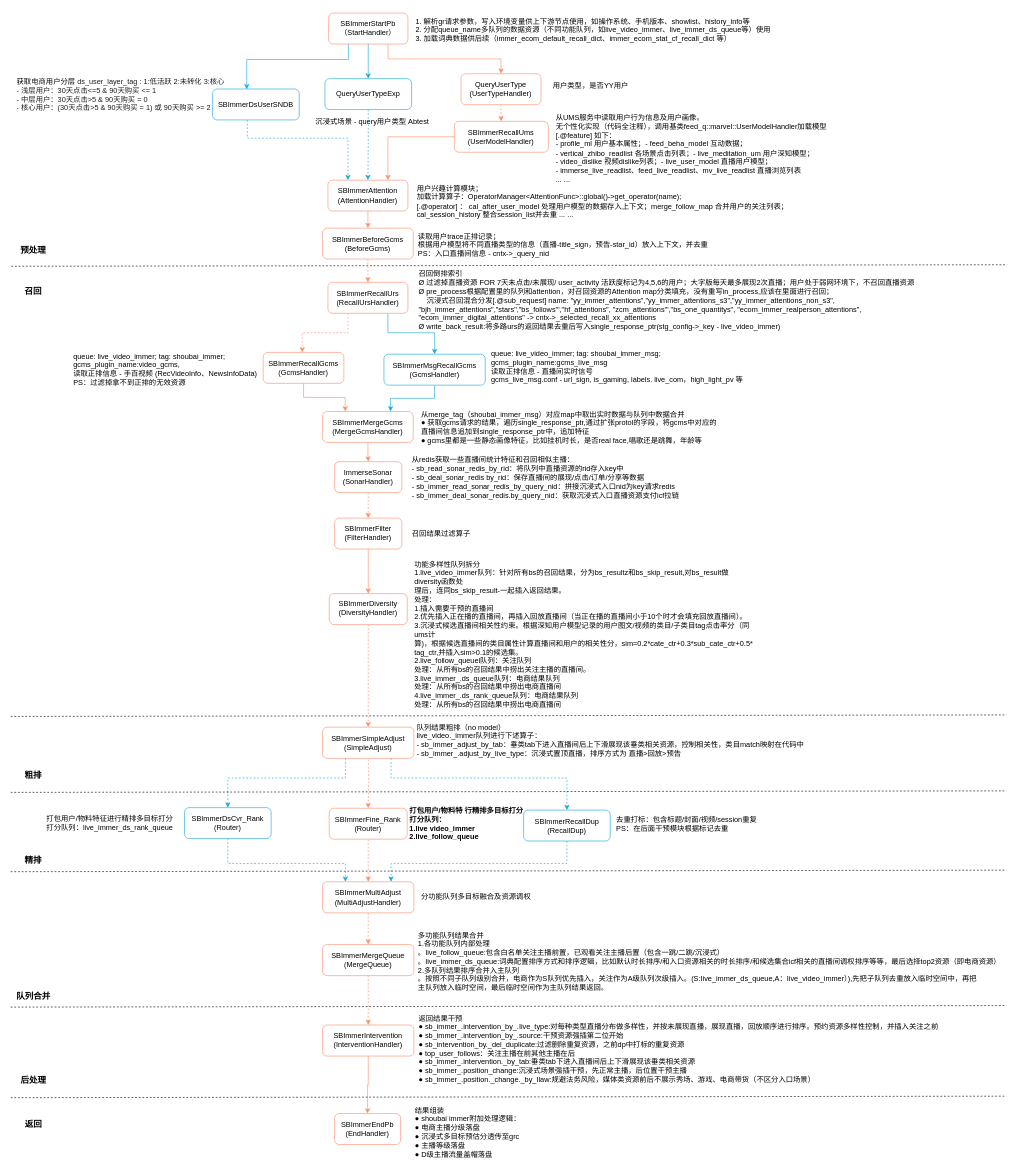
This is live_video_immer.flow.drawio from snorlaxse/draw.io, a draw.io file, before an edit. Source tidied: cells renumbered, new cells numbered last; positions are measured from the earlier drawing's top-left corner, leaving out a move shared by most shapes. Both pictures are drawn from the tidied source at 61%, with x=0, y=0 at pixel (10, 10).
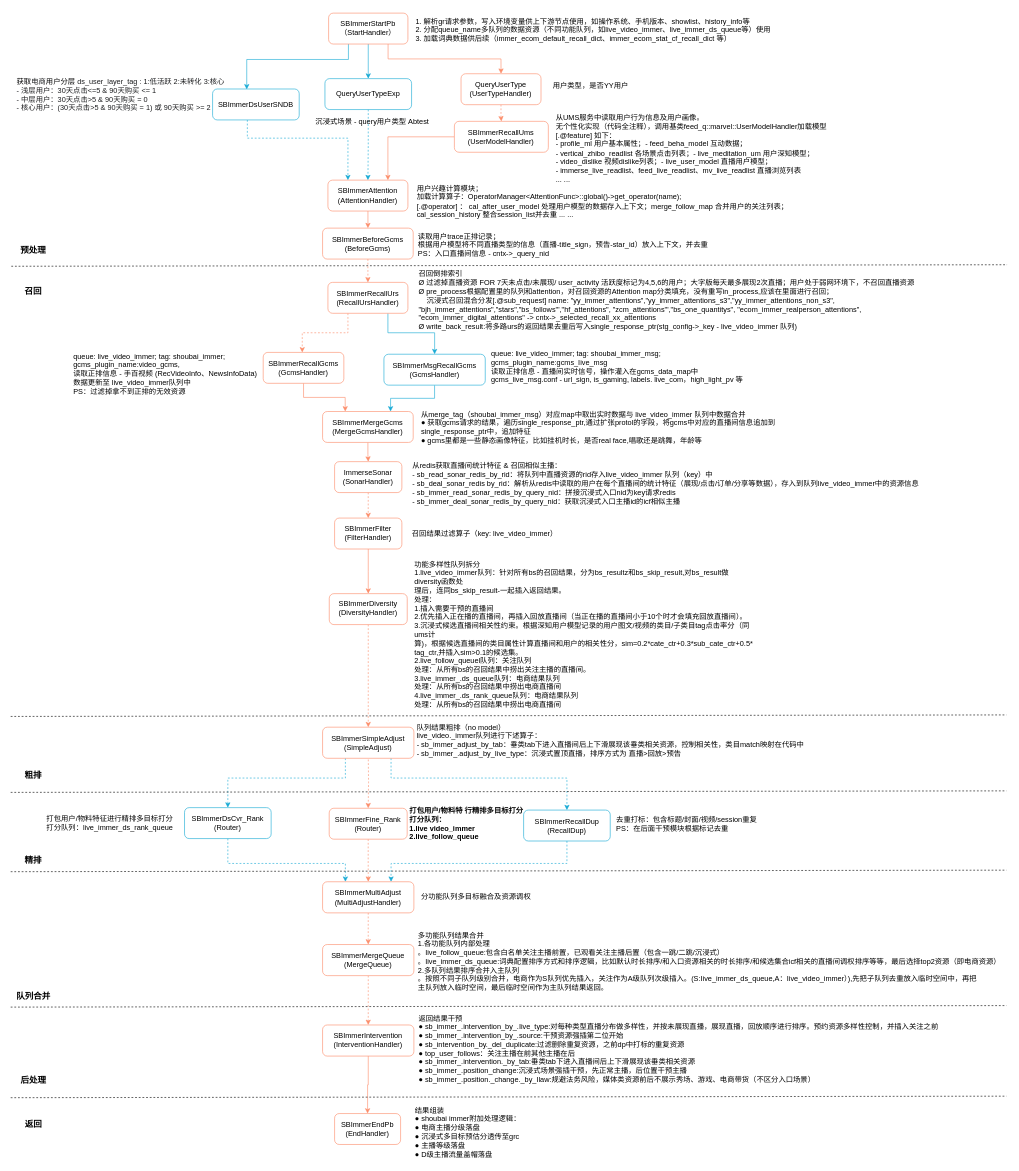
After the change.

Diff of the diagram source:
```diff
@@
-    <mxCell id="8" value="召回倒排索引&#10;Ø 过滤掉直播资源 FOR 7天未点击/未展现/ user_activity 活跃度标记为4,5,6的用户；大字版每天最多展现2次直播；用户处于弱网环境下，不召回直播资源&#10;Ø pre_process根据配置里的队列和attention，对召回资源的Attention map分类填充，没有重写in_process,应该在里面进行召回；&#10;    沉浸式召回混合分发[.@sub_request] name: &quot;yy_immer_attentions&quot;,&quot;yy_immer_attentions_s3&quot;,&quot;yy_immer_attentions_non_s3&quot;,&#10;&quot;bjh_immer_attentions&quot;,&quot;stars&quot;,&quot;bs_follows'&quot;,&quot;hf_attentions&quot;, &quot;zcm_attentions'&quot;,&quot;bs_one_quantitys&quot;, &quot;ecom_immer_realperson_attentions&quot;, &#10;&quot;ecom_immer_digital_attentions&quot; -&gt; cntx-&gt;_selected_recall_xx_attentions&#10;Ø write_back_result:将多路urs的返回结果去重后写入single_response_ptr(stg_config-&gt;_key - live_video_immer)" style="text;whiteSpace=wrap;" parent="1" vertex="1">
+    <mxCell id="8" value="召回倒排索引&#10;Ø 过滤掉直播资源 FOR 7天未点击/未展现/ user_activity 活跃度标记为4,5,6的用户；大字版每天最多展现2次直播；用户处于弱网环境下，不召回直播资源&#10;Ø pre_process根据配置里的队列和attention，对召回资源的Attention map分类填充，没有重写in_process,应该在里面进行召回；&#10;    沉浸式召回混合分发[.@sub_request] name: &quot;yy_immer_attentions&quot;,&quot;yy_immer_attentions_s3&quot;,&quot;yy_immer_attentions_non_s3&quot;,&#10;&quot;bjh_immer_attentions&quot;,&quot;stars&quot;,&quot;bs_follows'&quot;,&quot;hf_attentions&quot;, &quot;zcm_attentions'&quot;,&quot;bs_one_quantitys&quot;, &quot;ecom_immer_realperson_attentions&quot;, &#10;&quot;ecom_immer_digital_attentions&quot; -&gt; cntx-&gt;_selected_recall_xx_attentions&#10;Ø write_back_result:将多路urs的返回结果去重后写入single_response_ptr(stg_config-&gt;_key - live_video_immer 队列)" style="text;whiteSpace=wrap;" parent="1" vertex="1">
       <mxGeometry x="668" y="418" width="830" height="150" as="geometry" />
     </mxCell>
@@
-    <mxCell id="55" value="queue: live_video_immer; tag: shoubai_immer_msg; &#10;gcms_plugin_name:gcms_Iive_msg&#10;读取正排信息 - 直播间实时信号&#10;gcms_live_msg.conf - url_sign, is_gaming, labels. live_com，high_light_pv 等" style="text;whiteSpace=wrap;fontStyle=0;" parent="1" vertex="1">
+    <mxCell id="55" value="queue: live_video_immer; tag: shoubai_immer_msg; &#10;gcms_plugin_name:gcms_Iive_msg&#10;读取正排信息 - 直播间实时信号，操作灌入在gcms_data_map中&#10;gcms_live_msg.conf - url_sign, is_gaming, labels. live_com，high_light_pv 等" style="text;whiteSpace=wrap;fontStyle=0;" parent="1" vertex="1">
       <mxGeometry x="787" y="549" width="451" height="80" as="geometry" />
     </mxCell>
-    <mxCell id="56" value="queue: live_video_immer; tag: shoubai_immer; &#10;gcms_plugin_name:video_gcms,&#10;读取正排信息 - 手百视频 (RecVideoInfo、NewsInfoData)&#10;PS：过滤掉拿不到正排的无效资源&#10;" style="text;whiteSpace=wrap;spacing=6;" parent="1" vertex="1">
+    <mxCell id="56" value="queue: live_video_immer; tag: shoubai_immer; &#10;gcms_plugin_name:video_gcms,&#10;读取正排信息 - 手百视频 (RecVideoInfo、NewsInfoData)&#10;数据更新至 live_video_immer队列中&#10;PS：过滤掉拿不到正排的无效资源&#10;" style="text;whiteSpace=wrap;spacing=6;" parent="1" vertex="1">
       <mxGeometry x="98" y="549" width="360" height="80" as="geometry" />
     </mxCell>
-    <mxCell id="57" value="从merge_tag（shoubai_immer_msg）对应map中取出实时数据与队列中数据合并&#10;● 获取gcms请求的结果，遍历single_response_ptr,通过扩张protol的字段，将gcms中对应的直播间信息追加到single_response_ptr中，追加特征&#10;● gcms里都是一些静态画像特征，比如挂机时长，是否real face,唱歌还是跳舞，年龄等" style="text;whiteSpace=wrap;" parent="1" vertex="1">
-      <mxGeometry x="672" y="648" width="495" height="60" as="geometry" />
+    <mxCell id="57" value="从merge_tag（shoubai_immer_msg）对应map中取出实时数据与 live_video_immer 队列中数据合并&#10;● 获取gcms请求的结果，遍历single_response_ptr,通过扩张protol的字段，将gcms中对应的直播间信息追加到single_response_ptr中，追加特征&#10;● gcms里都是一些静态画像特征，比如挂机时长，是否real face,唱歌还是跳舞，年龄等" style="text;whiteSpace=wrap;" parent="1" vertex="1">
+      <mxGeometry x="672" y="648" width="586" height="60" as="geometry" />
     </mxCell>
-    <mxCell id="58" value="从redis获取一些直播间统计特征和召回相似主播：&#10;- sb_read_sonar_redis_by_rid：将队列中直播资源的rid存入key中&#10;- sb_deal_sonar_redis by_rid：保存直播间的展现/点击/订单/分享等数据&#10;- sb_immer_read_sonar_redis_by_query_nid：拼接沉浸式入口nid为key请求redis&#10;- sb_immer_deal_sonar_redis.by_query_nid：获取沉浸式入口直播资源支付icf拉链" style="text;whiteSpace=wrap;" parent="1" vertex="1">
-      <mxGeometry x="657" y="722.9" width="731" height="110" as="geometry" />
+    <mxCell id="58" value="从redis获取直播间统计特征 &amp; 召回相似主播：&#10;- sb_read_sonar_redis_by_rid：将队列中直播资源的rid存入live_video_immer 队列（key）中&#10;- sb_deal_sonar_redis by_rid：解析从redis中读取的用户在每个直播间的统计特征（展现/点击/订单/分享等数据），存入到队列live_video_immer中的资源信息&#10;- sb_immer_read_sonar_redis_by_query_nid：拼接沉浸式入口nid为key请求redis&#10;- sb_immer_deal_sonar_redis_by_query_nid：获取沉浸式入口主播id的icf相似主播" style="text;whiteSpace=wrap;" parent="1" vertex="1">
+      <mxGeometry x="658.2" y="732.6" width="899.8" height="110" as="geometry" />
     </mxCell>
-    <mxCell id="59" value="召回结果过滤算子" style="text;whiteSpace=wrap;" parent="1" vertex="1">
-      <mxGeometry x="657" y="842.6" width="130" height="40" as="geometry" />
+    <mxCell id="59" value="召回结果过滤算子（key: live_video_immer）" style="text;whiteSpace=wrap;" parent="1" vertex="1">
+      <mxGeometry x="657" y="842.6" width="451" height="40" as="geometry" />
     </mxCell>
```
